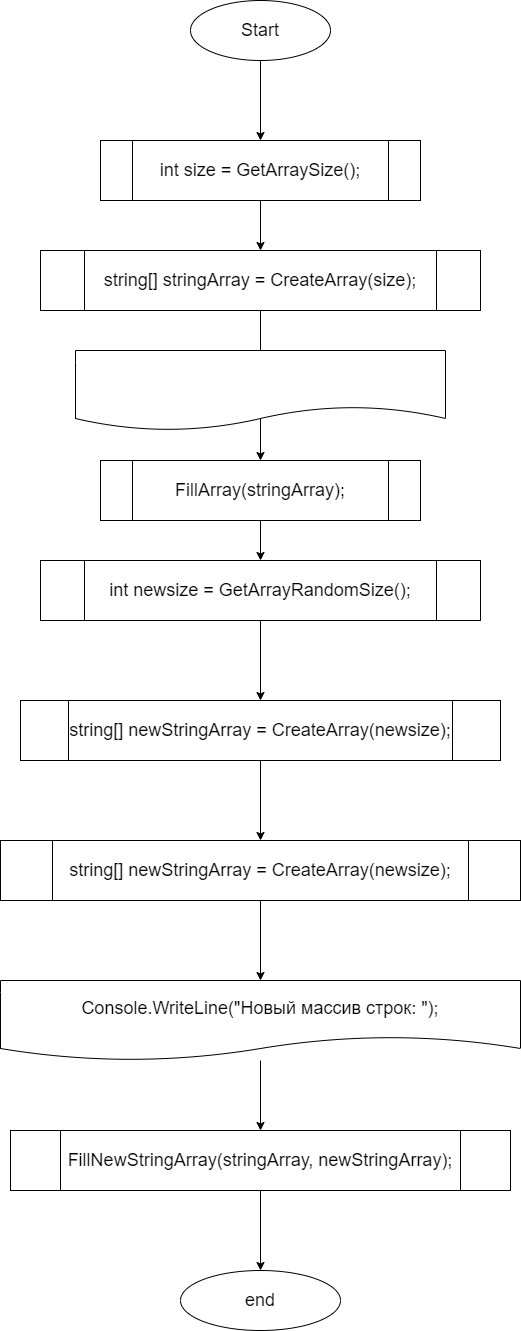
The draw.io diagram Ex01/block.drawio.png in ShrimpyKate/BlockResults, before a commit. Source tidied: cells renumbered, new cells last; positions are measured from the earlier drawing's top-left corner, leaving out a move shared by most shapes.
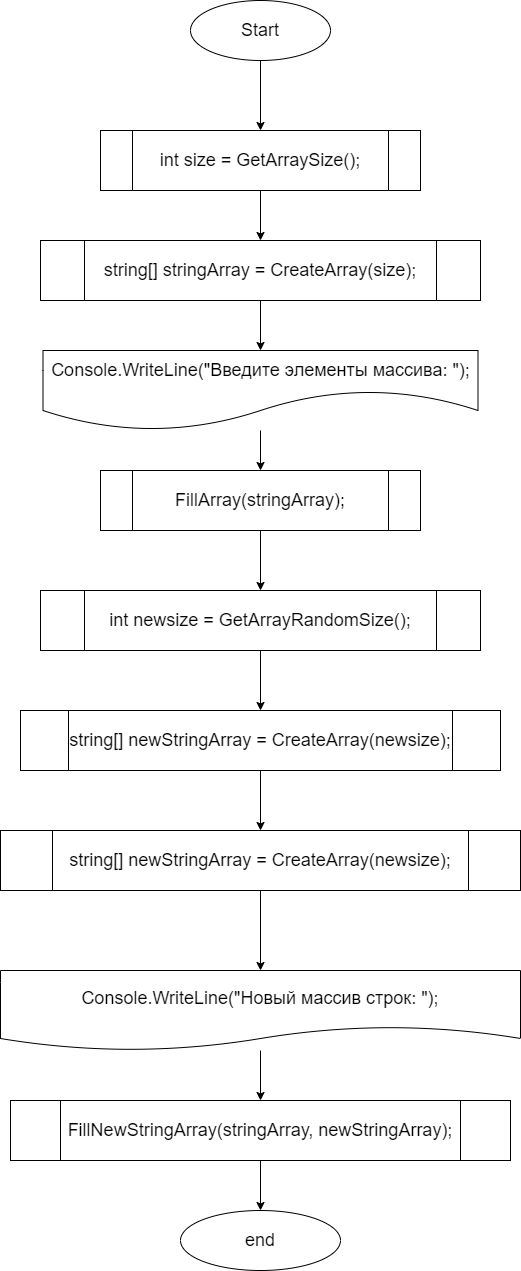
Later version of the same file.

Change to the diagram source:
```diff
@@ -12,55 +12,58 @@
       <mxGeometry relative="1" as="geometry" />
     </mxCell>
     <mxCell id="5" value="&lt;font style=&quot;font-size: 18px;&quot;&gt;int size = GetArraySize();&lt;/font&gt;" style="shape=process;whiteSpace=wrap;html=1;backgroundOutline=1;" parent="1" vertex="1">
-      <mxGeometry x="100" y="140" width="320" height="60" as="geometry" />
+      <mxGeometry x="100" y="130" width="320" height="60" as="geometry" />
     </mxCell>
-    <mxCell id="6" style="edgeStyle=none;html=1;fontSize=18;" parent="1" edge="1" source="7" target="9">
-      <mxGeometry relative="1" as="geometry" />
-    </mxCell>
+    <mxCell id="22" style="edgeStyle=none;html=1;fontSize=18;" parent="1" edge="1" source="7" target="21">
+      <mxGeometry relative="1" as="geometry" />
+    </mxCell>
     <mxCell id="7" value="&lt;font style=&quot;font-size: 18px;&quot;&gt;string[] stringArray = CreateArray(size);&lt;/font&gt;" style="shape=process;whiteSpace=wrap;html=1;backgroundOutline=1;" parent="1" vertex="1">
-      <mxGeometry x="40" y="250" width="440" height="60" as="geometry" />
+      <mxGeometry x="40" y="240" width="440" height="60" as="geometry" />
     </mxCell>
     <mxCell id="8" style="edgeStyle=none;html=1;fontSize=18;" parent="1" edge="1" source="9" target="11">
       <mxGeometry relative="1" as="geometry" />
     </mxCell>
     <mxCell id="9" value="&lt;font style=&quot;font-size: 18px;&quot;&gt;FillArray(stringArray);&lt;/font&gt;" style="shape=process;whiteSpace=wrap;html=1;backgroundOutline=1;" parent="1" vertex="1">
-      <mxGeometry x="100" y="460" width="320" height="60" as="geometry" />
+      <mxGeometry x="100" y="470" width="320" height="60" as="geometry" />
     </mxCell>
     <mxCell id="10" style="edgeStyle=none;html=1;fontSize=18;" parent="1" edge="1" source="11" target="13">
       <mxGeometry relative="1" as="geometry" />
     </mxCell>
     <mxCell id="11" value="&lt;font style=&quot;font-size: 18px;&quot;&gt;int newsize = GetArrayRandomSize();&lt;/font&gt;" style="shape=process;whiteSpace=wrap;html=1;backgroundOutline=1;" parent="1" vertex="1">
-      <mxGeometry x="40" y="560" width="440" height="60" as="geometry" />
+      <mxGeometry x="40" y="590" width="440" height="60" as="geometry" />
     </mxCell>
     <mxCell id="12" style="edgeStyle=none;html=1;fontSize=18;" parent="1" edge="1" source="13" target="15">
       <mxGeometry relative="1" as="geometry" />
     </mxCell>
     <mxCell id="13" value="&lt;font style=&quot;font-size: 18px;&quot;&gt;string[] newStringArray = CreateArray(newsize);&lt;/font&gt;" style="shape=process;whiteSpace=wrap;html=1;backgroundOutline=1;" parent="1" vertex="1">
-      <mxGeometry x="20" y="700" width="480" height="60" as="geometry" />
+      <mxGeometry x="20" y="710" width="480" height="60" as="geometry" />
     </mxCell>
     <mxCell id="14" style="edgeStyle=none;html=1;fontSize=18;" parent="1" edge="1" source="15" target="17">
       <mxGeometry relative="1" as="geometry" />
     </mxCell>
     <mxCell id="15" value="&lt;font style=&quot;font-size: 18px;&quot;&gt;string[] newStringArray = CreateArray(newsize);&lt;/font&gt;" style="shape=process;whiteSpace=wrap;html=1;backgroundOutline=1;" parent="1" vertex="1">
-      <mxGeometry y="840" width="520" height="60" as="geometry" />
+      <mxGeometry y="830" width="520" height="60" as="geometry" />
     </mxCell>
     <mxCell id="16" style="edgeStyle=none;html=1;fontSize=18;" parent="1" edge="1" source="17" target="19">
       <mxGeometry relative="1" as="geometry" />
     </mxCell>
     <mxCell id="17" value="&lt;font style=&quot;font-size: 18px;&quot;&gt;Console.WriteLine(&quot;Новый массив строк: &quot;);&lt;/font&gt;" style="shape=document;whiteSpace=wrap;html=1;boundedLbl=1;" parent="1" vertex="1">
-      <mxGeometry y="980" width="520" height="80" as="geometry" />
+      <mxGeometry y="970" width="520" height="80" as="geometry" />
     </mxCell>
     <mxCell id="18" style="edgeStyle=none;html=1;fontSize=18;" parent="1" edge="1" source="19" target="20">
       <mxGeometry relative="1" as="geometry" />
     </mxCell>
     <mxCell id="19" value="&lt;font style=&quot;font-size: 18px;&quot;&gt;FillNewStringArray(stringArray, newStringArray);&lt;/font&gt;" style="shape=process;whiteSpace=wrap;html=1;backgroundOutline=1;" parent="1" vertex="1">
-      <mxGeometry x="10" y="1130" width="500" height="60" as="geometry" />
+      <mxGeometry x="10" y="1100" width="500" height="60" as="geometry" />
     </mxCell>
     <mxCell id="20" value="&lt;font style=&quot;font-size: 18px;&quot;&gt;end&lt;/font&gt;" style="ellipse;whiteSpace=wrap;html=1;" parent="1" vertex="1">
-      <mxGeometry x="180" y="1270" width="160" height="60" as="geometry" />
+      <mxGeometry x="180" y="1210" width="160" height="60" as="geometry" />
     </mxCell>
+    <mxCell id="23" style="edgeStyle=none;html=1;fontSize=18;" parent="1" edge="1" source="21" target="9">
+      <mxGeometry relative="1" as="geometry" />
+    </mxCell>
-    <mxCell id="21" style="shape=document;whiteSpace=wrap;html=1;boundedLbl=1;" parent="1" vertex="1">
-      <mxGeometry x="75" y="350" width="370" height="80" as="geometry" />
+    <mxCell id="21" value="&lt;font style=&quot;font-size: 18px;&quot;&gt;Console.WriteLine(&quot;Введите элементы массива: &quot;);&lt;/font&gt;" style="shape=document;whiteSpace=wrap;html=1;boundedLbl=1;size=0.5;" parent="1" vertex="1">
+      <mxGeometry x="42.5" y="350" width="435" height="80" as="geometry" />
     </mxCell>
   </root>
 </mxGraphModel>
```
